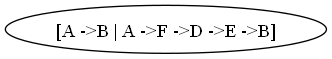
Before: arbolB.png, a diagram exported from Graphviz (RudyReyes28/TravelMapGT). Its source is kept beside it as arbolB.dot.
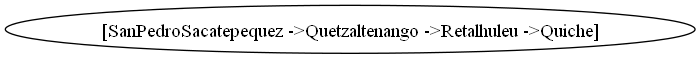
The same file after the commit.

The edit, as a diff of the source:
```diff
@@ -1,3 +1,3 @@
 digraph G {
-"[A ->B | A ->F ->D ->E ->B]" [label="[A ->B | A ->F ->D ->E ->B]"];
+"[SanPedroSacatepequez ->Quetzaltenango ->Retalhuleu ->Quiche]" [label="[SanPedroSacatepequez ->Quetzaltenango ->Retalhuleu ->Quiche]"];
 }
```
